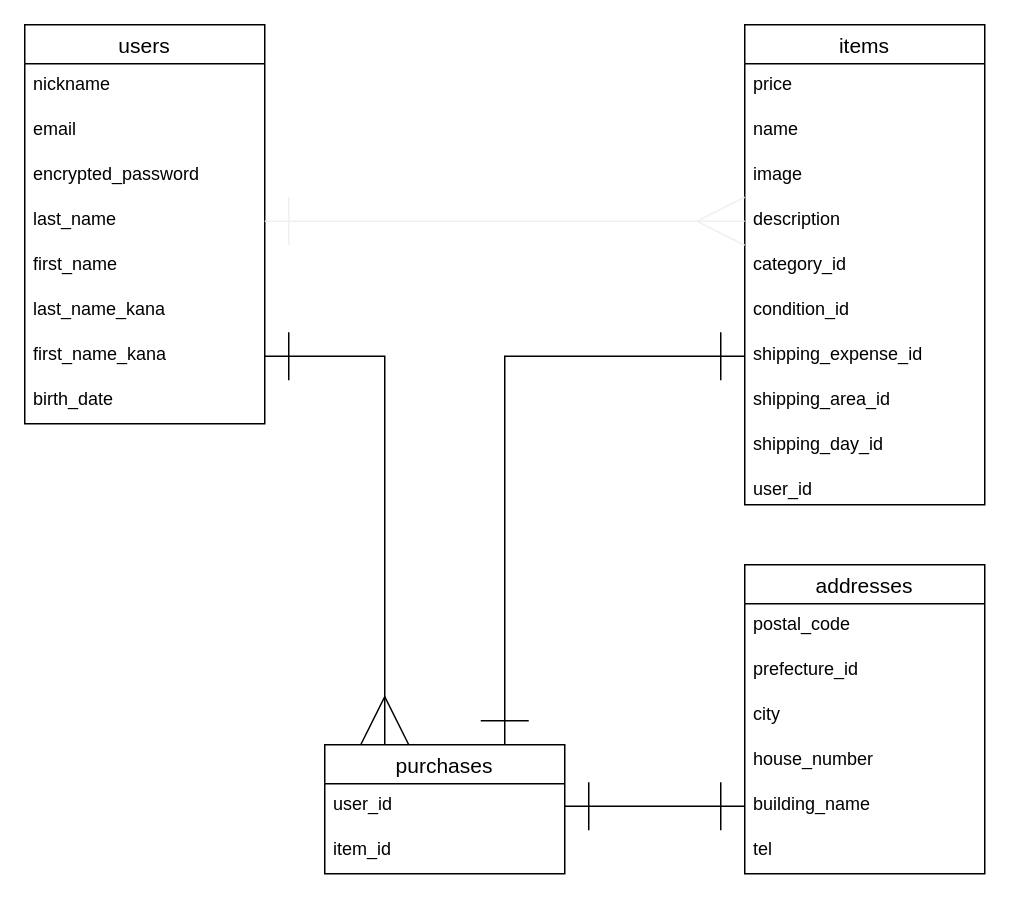
The draw.io diagram page "ページ1" (1 of 2) of er_diagram.dio in HIRO-uc/furima-32974, before the edit. Source tidied: cells renumbered, new cells numbered last; positions are measured from the earlier drawing's top-left corner, leaving out a move shared by most shapes. Both pictures are drawn from the tidied source at 150%, with x=0, y=0 at pixel (24, 24).
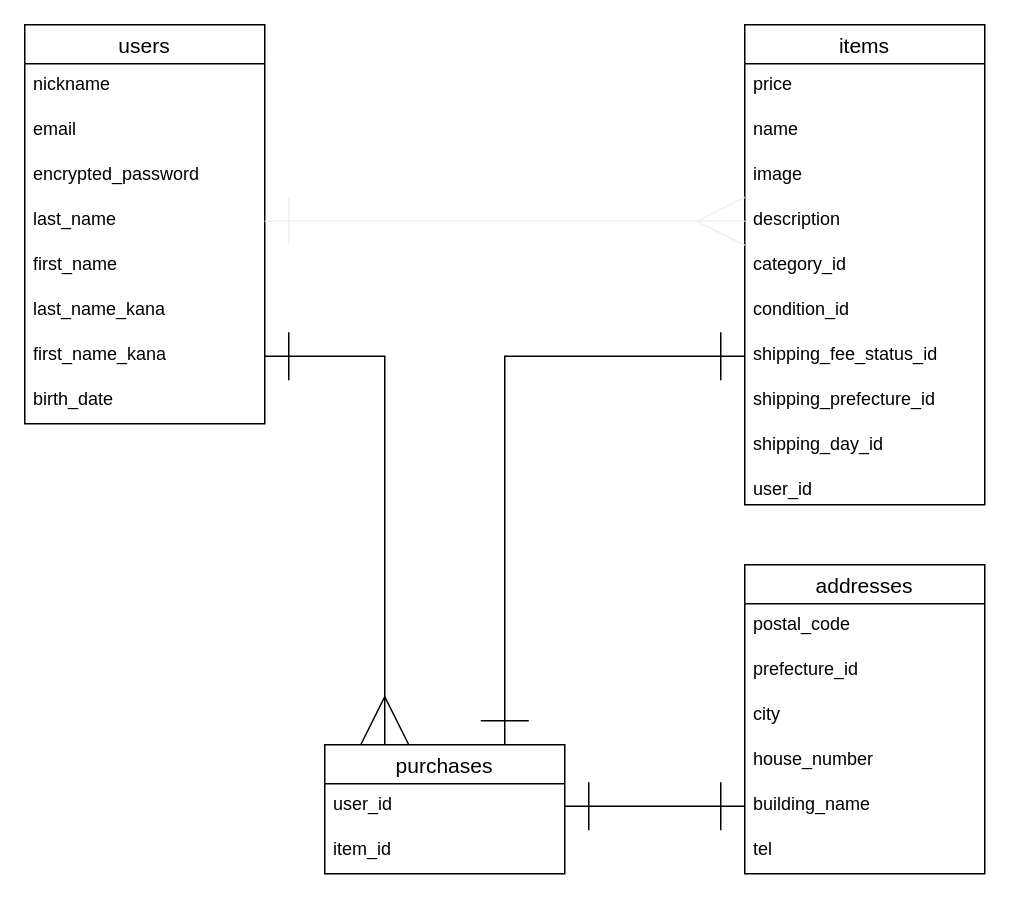
The same diagram, later.

The change refers to these unchanged cells:
```xml
<mxCell id="11" value="items" style="swimlane;fontStyle=0;horizontal=1;startSize=26;align=center;fontSize=14;" parent="1" vertex="1">
  <mxGeometry x="480" width="160" height="320" as="geometry" />
</mxCell>
```

Change to the diagram source:
```diff
@@
-    <mxCell id="18" value="shipping_expense_id" style="text;strokeColor=none;fillColor=none;spacingLeft=4;spacingRight=4;overflow=hidden;points=[[0,0.5],[1,0.5]];portConstraint=eastwest;fontSize=12;" parent="11" vertex="1">
+    <mxCell id="18" value="shipping_fee_status_id" style="text;strokeColor=none;fillColor=none;spacingLeft=4;spacingRight=4;overflow=hidden;points=[[0,0.5],[1,0.5]];portConstraint=eastwest;fontSize=12;" parent="11" vertex="1">
       <mxGeometry y="206" width="160" height="30" as="geometry" />
     </mxCell>
-    <mxCell id="19" value="shipping_area_id" style="text;strokeColor=none;fillColor=none;spacingLeft=4;spacingRight=4;overflow=hidden;fontSize=12;" parent="11" vertex="1">
+    <mxCell id="19" value="shipping_prefecture_id" style="text;strokeColor=none;fillColor=none;spacingLeft=4;spacingRight=4;overflow=hidden;fontSize=12;" parent="11" vertex="1">
       <mxGeometry y="236" width="160" height="30" as="geometry" />
     </mxCell>
```
